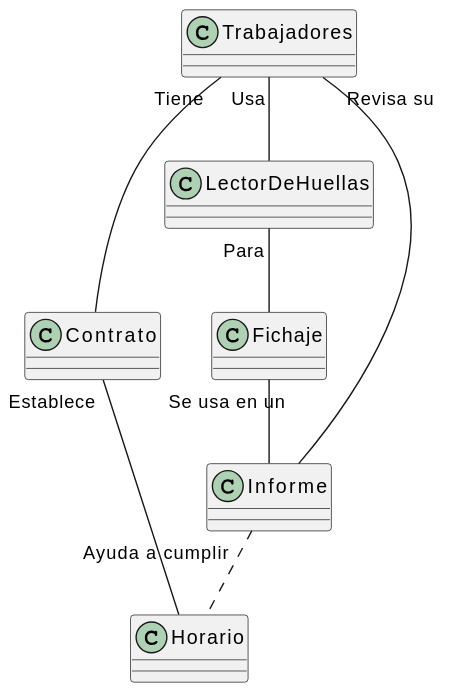
This is imagenes/modelosUML/modeloDelDominio/mdd003.svg from mmasias/23-24-IdSw1-SDR, a PlantUML export, as it was before one commit. The source it was exported from:
```plantuml
@startuml
class Contrato {

}

class Horario {

}

class Trabajadores {

}

class LectorDeHuellas {

}

class Fichaje {

}

class Informe {

}



Contrato "Establece" -- Horario
Trabajadores "Tiene" --  Contrato
Trabajadores "Usa" -- LectorDeHuellas
LectorDeHuellas "Para" -- Fichaje
Fichaje "Se usa en un" -- Informe
Trabajadores"Revisa su" -- Informe
Informe "Ayuda a cumplir" .. Horario
@enduml
```
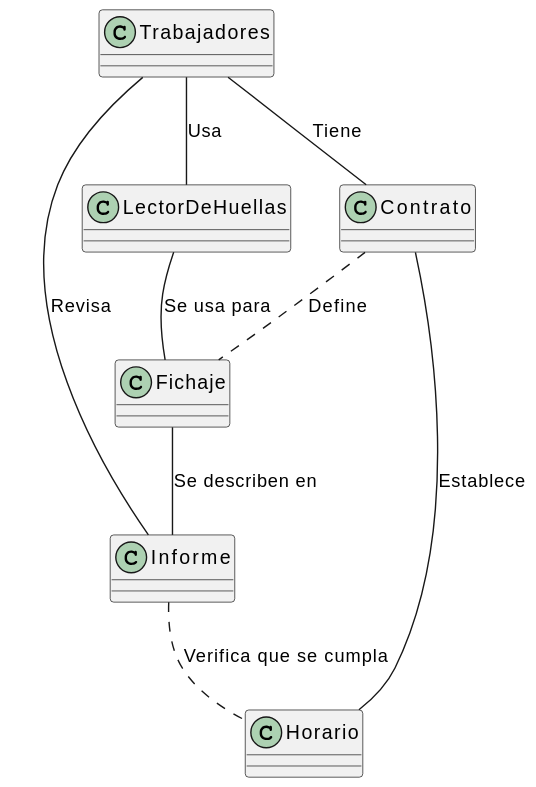
After the commit.

Change to the diagram source:
```diff
@@ -1,35 +1,23 @@
 @startuml
-class Contrato {
-
+class Trabajadores{
+}
+class LectorDeHuellas{
+}
+class Fichaje{
+}
+class Informe{
+}
+class Horario{
+}
+class Contrato{
 }
 
-class Horario {
-
-}
-
-class Trabajadores {
-
-}
-
-class LectorDeHuellas {
-
-}
-
-class Fichaje {
-
-}
-
-class Informe {
-
-}
-
-
-
-Contrato "Establece" -- Horario
-Trabajadores "Tiene" --  Contrato
-Trabajadores "Usa" -- LectorDeHuellas
-LectorDeHuellas "Para" -- Fichaje
-Fichaje "Se usa en un" -- Informe
-Trabajadores"Revisa su" -- Informe
-Informe "Ayuda a cumplir" .. Horario
+Trabajadores -- Contrato : Tiene
+Trabajadores -- LectorDeHuellas : Usa
+LectorDeHuellas -- Fichaje : Se usa para
+Fichaje -- Informe : Se describen en
+Informe .. Horario : Verifica que se cumpla
+Trabajadores -- Informe : Revisa
+Contrato -- Horario : Establece
+Contrato .. Fichaje : Define
 @enduml
```
